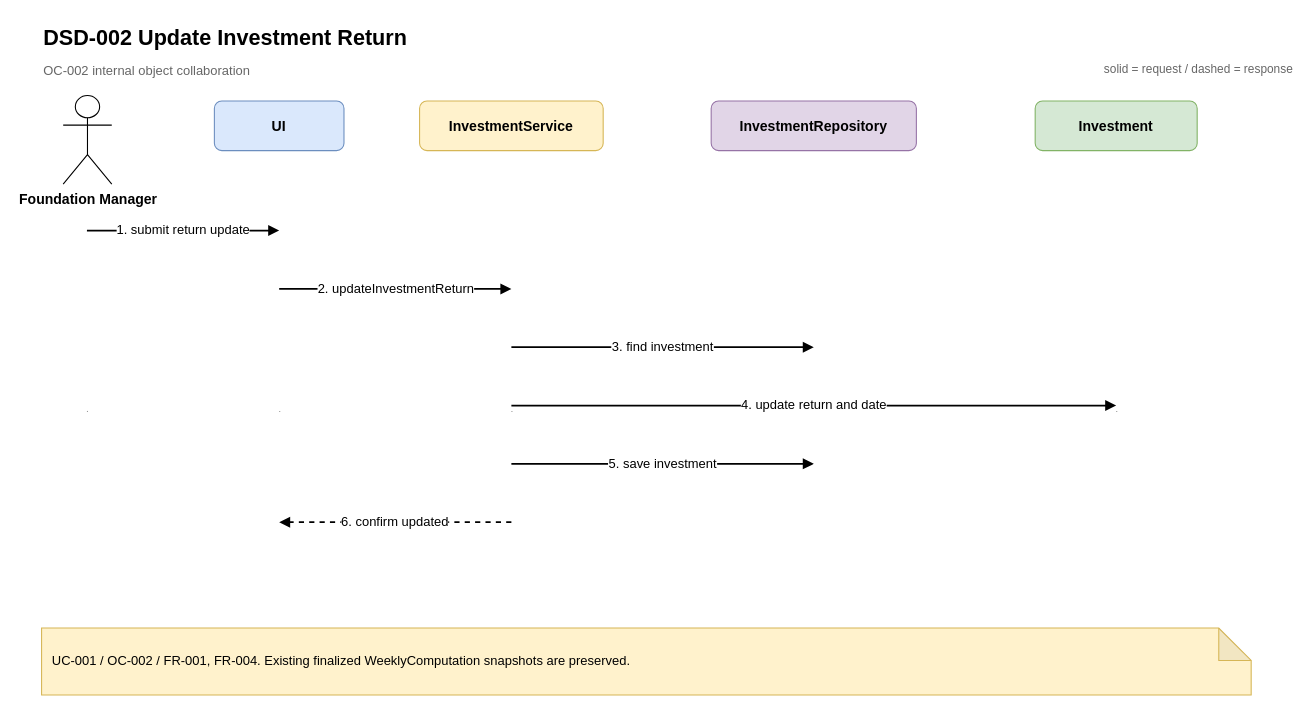
snvnn/Sysad-Term-Project keeps this draw.io diagram as page "DSD-002 Update Investment Return" (2 of 11) of docs/07-design/sequence-diagrams.drawio. Above is the earlier version. Source tidied: cells renumbered, new cells numbered last; positions are measured from the earlier drawing's top-left corner, leaving out a move shared by most shapes. Both pictures are drawn from the tidied source at 108%, with x=0, y=0 at pixel (41, 18).
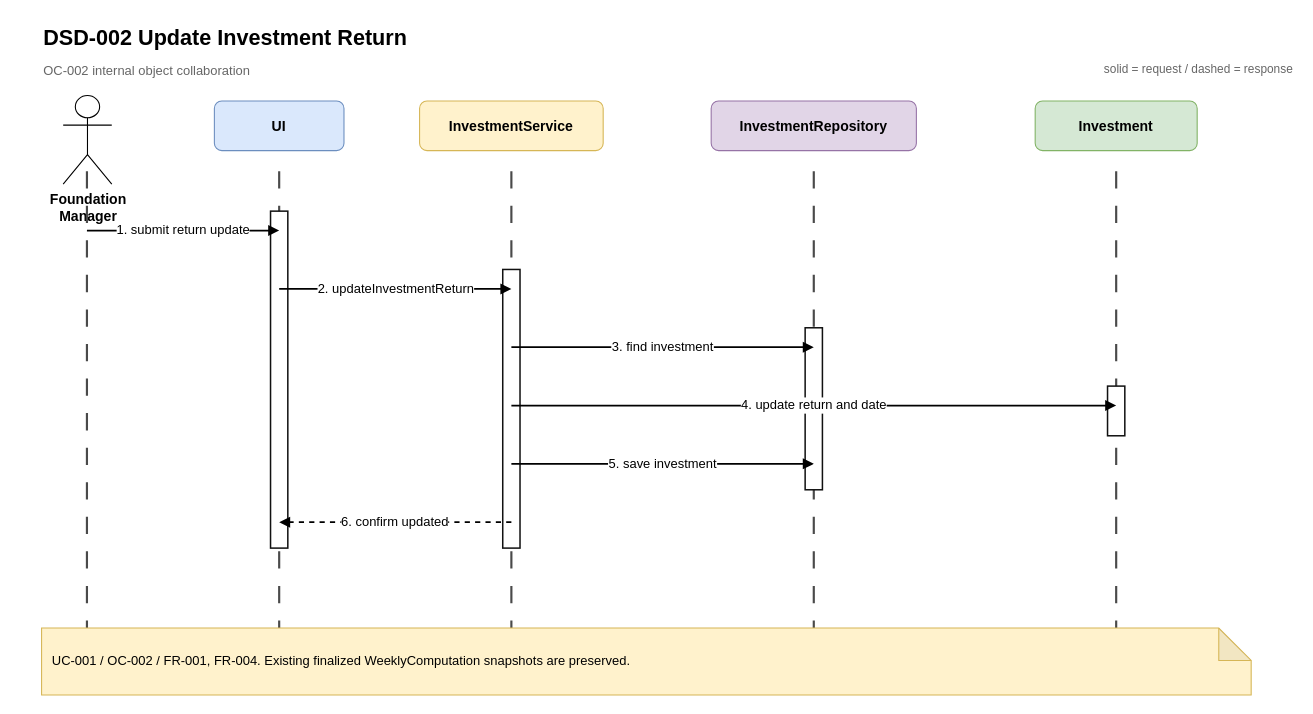
The same diagram, later.

Diff of the diagram source:
```diff
@@
-    <mxCell id="5" value="Foundation Manager" style="shape=umlActor;verticalLabelPosition=bottom;verticalAlign=top;html=1;fontSize=13;fontStyle=1;" parent="1" vertex="1">
+    <mxCell id="5" value="Foundation&lt;br&gt;Manager" style="shape=umlActor;verticalLabelPosition=bottom;verticalAlign=top;html=1;fontSize=13;fontStyle=1;" parent="1" vertex="1">
       <mxGeometry x="20" y="71" width="45" height="82" as="geometry" />
     </mxCell>
-    <mxCell id="6" style="shape=line;html=1;strokeColor=#999999;dashed=1;strokeWidth=1;" parent="1" vertex="1">
-      <mxGeometry x="42" y="141" width="1" height="445" as="geometry" />
+    <mxCell id="6" style="endArrow=none;html=1;rounded=0;strokeColor=#4A4A4A;dashed=1;dashPattern=8 8;strokeWidth=2;" parent="1" edge="1">
+      <mxGeometry relative="1" as="geometry">
+        <mxPoint x="42" y="141" as="sourcePoint" />
+        <mxPoint x="42" y="586" as="targetPoint" />
+      </mxGeometry>
     </mxCell>
@@
-    <mxCell id="8" style="shape=line;html=1;strokeColor=#999999;dashed=1;strokeWidth=1;" parent="1" vertex="1">
-      <mxGeometry x="220" y="141" width="1" height="445" as="geometry" />
+    <mxCell id="8" style="endArrow=none;html=1;rounded=0;strokeColor=#4A4A4A;dashed=1;dashPattern=8 8;strokeWidth=2;" parent="1" edge="1">
+      <mxGeometry relative="1" as="geometry">
+        <mxPoint x="220" y="141" as="sourcePoint" />
+        <mxPoint x="220" y="586" as="targetPoint" />
+      </mxGeometry>
     </mxCell>
@@
-    <mxCell id="10" style="shape=line;html=1;strokeColor=#999999;dashed=1;strokeWidth=1;" parent="1" vertex="1">
-      <mxGeometry x="435" y="141" width="1" height="445" as="geometry" />
+    <mxCell id="10" style="endArrow=none;html=1;rounded=0;strokeColor=#4A4A4A;dashed=1;dashPattern=8 8;strokeWidth=2;" parent="1" edge="1">
+      <mxGeometry relative="1" as="geometry">
+        <mxPoint x="435" y="141" as="sourcePoint" />
+        <mxPoint x="435" y="586" as="targetPoint" />
+      </mxGeometry>
     </mxCell>
@@
-    <mxCell id="12" style="shape=line;html=1;strokeColor=#999999;dashed=1;strokeWidth=1;" parent="1" vertex="1">
-      <mxGeometry x="715" y="141" width="1" height="445" as="geometry" />
+    <mxCell id="12" style="endArrow=none;html=1;rounded=0;strokeColor=#4A4A4A;dashed=1;dashPattern=8 8;strokeWidth=2;" parent="1" edge="1">
+      <mxGeometry relative="1" as="geometry">
+        <mxPoint x="715" y="141" as="sourcePoint" />
+        <mxPoint x="715" y="586" as="targetPoint" />
+      </mxGeometry>
     </mxCell>
@@
-    <mxCell id="14" style="shape=line;html=1;strokeColor=#999999;dashed=1;strokeWidth=1;" parent="1" vertex="1">
-      <mxGeometry x="995" y="141" width="1" height="445" as="geometry" />
+    <mxCell id="14" style="endArrow=none;html=1;rounded=0;strokeColor=#4A4A4A;dashed=1;dashPattern=8 8;strokeWidth=2;" parent="1" edge="1">
+      <mxGeometry relative="1" as="geometry">
+        <mxPoint x="995" y="141" as="sourcePoint" />
+        <mxPoint x="995" y="586" as="targetPoint" />
+      </mxGeometry>
     </mxCell>
+    <mxCell id="22" style="rounded=0;whiteSpace=wrap;html=1;fillColor=#FFFFFF;strokeColor=#111111;strokeWidth=1.4;" parent="1" vertex="1">
+      <mxGeometry x="212" y="178" width="16" height="312" as="geometry" />
+    </mxCell>
+    <mxCell id="23" style="rounded=0;whiteSpace=wrap;html=1;fillColor=#FFFFFF;strokeColor=#111111;strokeWidth=1.4;" parent="1" vertex="1">
+      <mxGeometry x="427" y="232" width="16" height="258" as="geometry" />
+    </mxCell>
+    <mxCell id="24" style="rounded=0;whiteSpace=wrap;html=1;fillColor=#FFFFFF;strokeColor=#111111;strokeWidth=1.4;" parent="1" vertex="1">
+      <mxGeometry x="707" y="286" width="16" height="150" as="geometry" />
+    </mxCell>
+    <mxCell id="25" style="rounded=0;whiteSpace=wrap;html=1;fillColor=#FFFFFF;strokeColor=#111111;strokeWidth=1.4;" parent="1" vertex="1">
+      <mxGeometry x="987" y="340" width="16" height="46" as="geometry" />
+    </mxCell>
```
